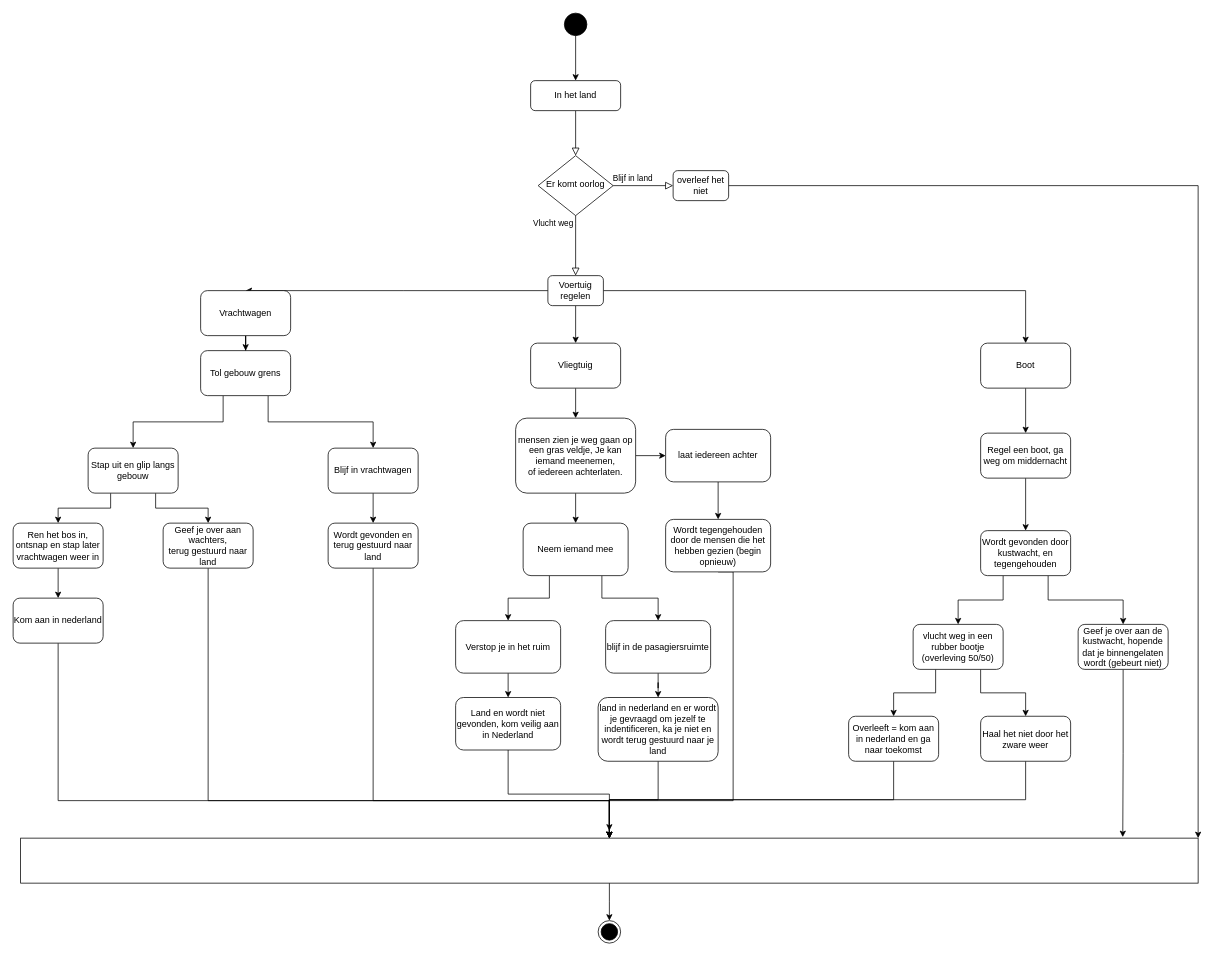
GaMerijn2/M1BO-Hello_You keeps this draw.io diagram as Eindopdracht/Flowchart eindopdracht.drawio. Above is the earlier version. Source tidied: cells renumbered, new cells numbered last; positions are measured from the earlier drawing's top-left corner, leaving out a move shared by most shapes. Both pictures are drawn from the tidied source at 75%, with x=0, y=0 at pixel (13, 13).
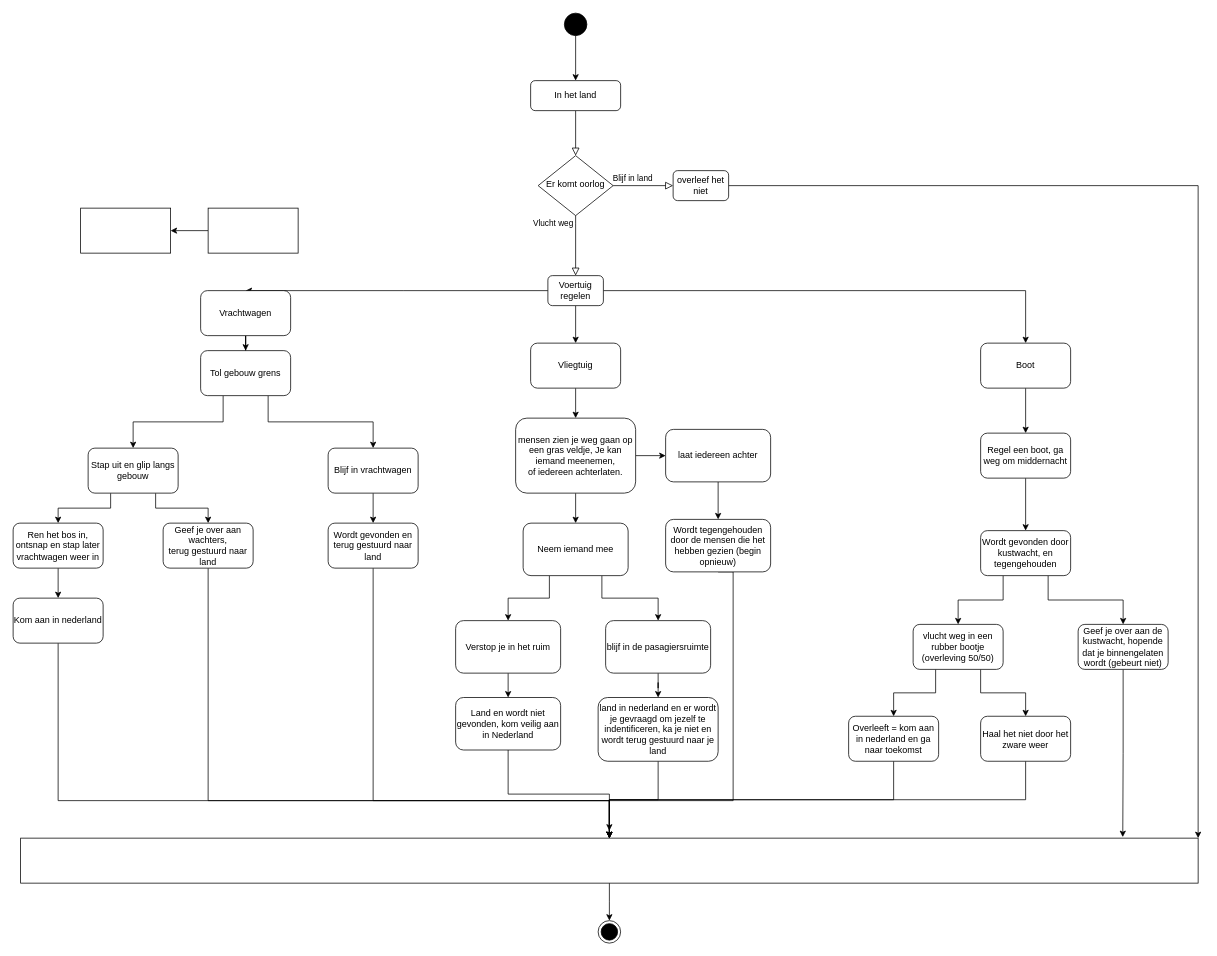
Above is the later version.

Commit message (it also covers changes not shown here):
Eindopdracht toegevoegd

Diff of the diagram source:
```diff
@@
+    <mxCell id="72" style="edgeStyle=orthogonalEdgeStyle;rounded=0;jettySize=auto;html=1;exitX=0;exitY=0.5;exitDx=0;exitDy=0;" parent="1" edge="1" source="73" target="74">
+      <mxGeometry relative="1" as="geometry" />
+    </mxCell>
+    <mxCell id="73" style="rounded=0;whiteSpace=wrap;html=1;" parent="1" vertex="1">
+      <mxGeometry x="260" y="260" width="120" height="60" as="geometry" />
+    </mxCell>
+    <mxCell id="74" style="rounded=0;whiteSpace=wrap;html=1;" parent="1" vertex="1">
+      <mxGeometry x="90" y="260" width="120" height="60" as="geometry" />
+    </mxCell>
```
